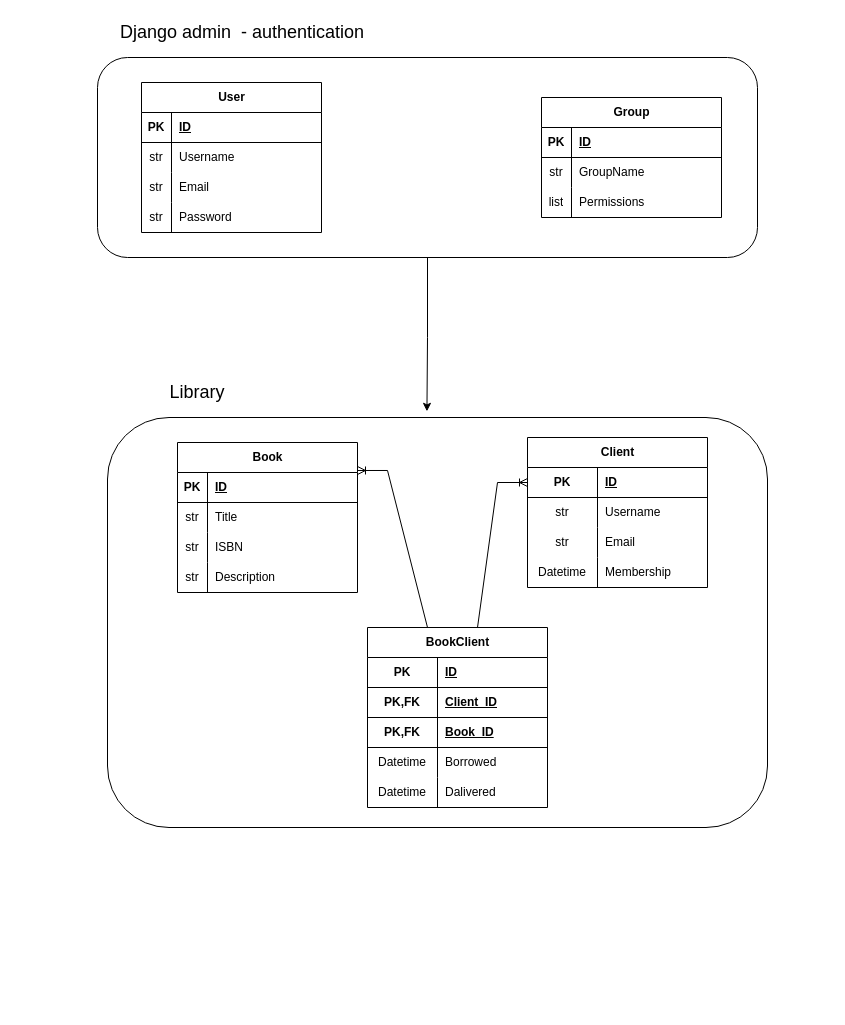
Before: design/Diagrama sin título.drawio in brandoncode01/library_admin_panel, a draw.io diagram. Source tidied: cells renumbered, new cells numbered last; positions are measured from the earlier drawing's top-left corner, leaving out a move shared by most shapes. Both pictures are drawn from the tidied source at 100%, with x=0, y=0 at pixel (97, 17).
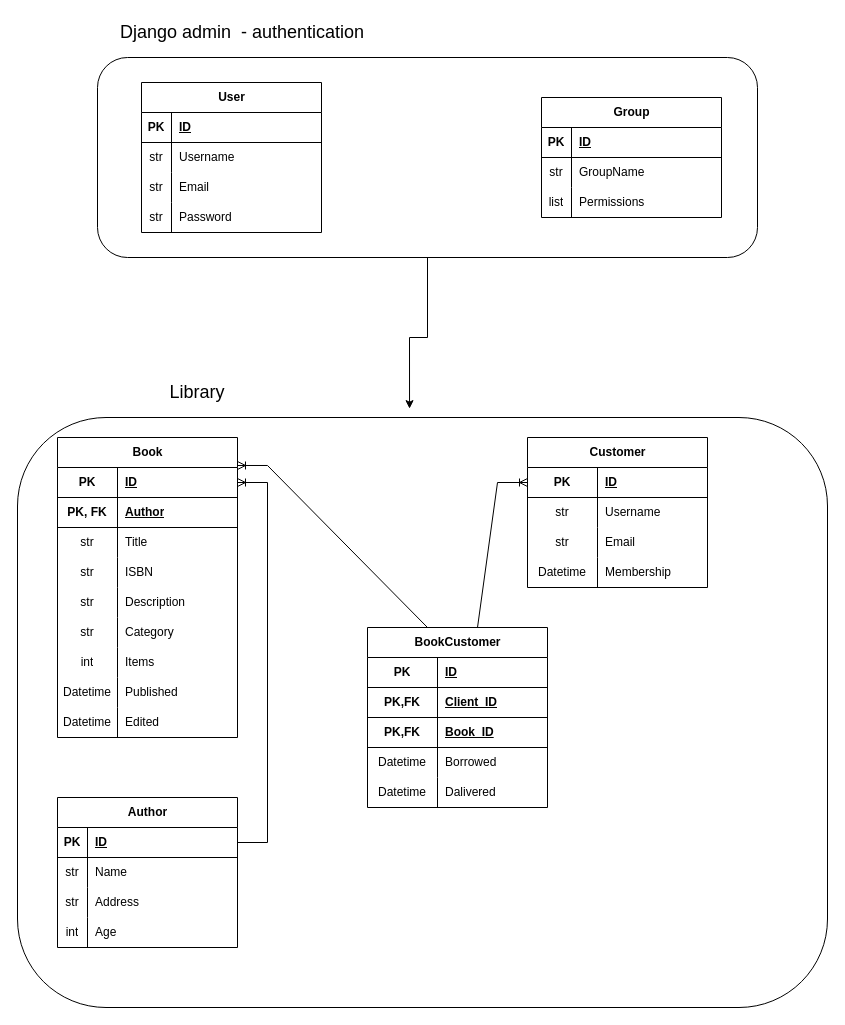
Above is the later version.

Commit message (it also covers changes not shown here):
* Added models, migrations and validations. * Modified diagram UML * Added libray app to project

Unchanged cells that the change refers to:
```xml
<mxCell id="28" style="shape=tableRow;horizontal=0;startSize=0;swimlaneHead=0;swimlaneBody=0;fillColor=none;points=[[0,0.5],[1,0.5]];portConstraint=eastwest;top=0;left=0;right=0;bottom=1;" parent="27" vertex="1">
  <mxGeometry y="30" width="180" height="30" as="geometry" />
</mxCell>
```

Diff of the diagram source:
```diff
@@
     <mxCell id="26" style="rounded=1;whiteSpace=wrap;html=1;fillColor=none;" parent="1" vertex="1">
-      <mxGeometry x="10" y="400" width="660" height="410" as="geometry" />
+      <mxGeometry x="-80" y="400" width="810" height="590" as="geometry" />
     </mxCell>
     <mxCell id="27" value="Book" style="shape=table;startSize=30;childLayout=tableLayout;rowLines=0;fontStyle=1;align=center;html=1;" parent="1" vertex="1">
-      <mxGeometry x="80" y="425" width="180" height="150" as="geometry" />
+      <mxGeometry x="-40" y="420" width="180" height="300" as="geometry" />
     </mxCell>
@@
     <mxCell id="29" value="PK" style="shape=partialRectangle;fillColor=none;top=0;left=0;bottom=0;right=0;fontStyle=1;overflow=hidden;whiteSpace=wrap;html=1;" parent="28" vertex="1">
-      <mxGeometry width="30" height="30" as="geometry" />
+      <mxGeometry width="60" height="30" as="geometry" />
     </mxCell>
     <mxCell id="30" value="ID" style="shape=partialRectangle;fillColor=none;top=0;left=0;bottom=0;right=0;align=left;spacingLeft=6;fontStyle=5;overflow=hidden;whiteSpace=wrap;html=1;" parent="28" vertex="1">
-      <mxGeometry x="30" width="150" height="30" as="geometry" />
+      <mxGeometry x="60" width="120" height="30" as="geometry" />
     </mxCell>
+    <mxCell id="75" style="shape=tableRow;horizontal=0;startSize=0;swimlaneHead=0;swimlaneBody=0;fillColor=none;top=0;left=0;right=0;bottom=1;" parent="27" vertex="1">
+      <mxGeometry y="60" width="180" height="30" as="geometry" />
+    </mxCell>
+    <mxCell id="76" value="PK, FK" style="shape=partialRectangle;fillColor=none;top=0;left=0;bottom=0;right=0;fontStyle=1;overflow=hidden;whiteSpace=wrap;html=1;" parent="75" vertex="1">
+      <mxGeometry width="60" height="30" as="geometry" />
+    </mxCell>
+    <mxCell id="77" value="Author" style="shape=partialRectangle;fillColor=none;top=0;left=0;bottom=0;right=0;align=left;spacingLeft=6;fontStyle=5;overflow=hidden;whiteSpace=wrap;html=1;" parent="75" vertex="1">
+      <mxGeometry x="60" width="120" height="30" as="geometry" />
+    </mxCell>
     <mxCell id="31" style="shape=tableRow;horizontal=0;startSize=0;swimlaneHead=0;swimlaneBody=0;fillColor=none;top=0;left=0;right=0;bottom=0;" parent="27" vertex="1">
-      <mxGeometry y="60" width="180" height="30" as="geometry" />
+      <mxGeometry y="90" width="180" height="30" as="geometry" />
     </mxCell>
     <mxCell id="32" value="str" style="shape=partialRectangle;fillColor=none;top=0;left=0;bottom=0;right=0;overflow=hidden;whiteSpace=wrap;html=1;" parent="31" vertex="1">
-      <mxGeometry width="30" height="30" as="geometry" />
+      <mxGeometry width="60" height="30" as="geometry" />
     </mxCell>
     <mxCell id="33" value="Title" style="shape=partialRectangle;fillColor=none;top=0;left=0;bottom=0;right=0;align=left;spacingLeft=6;overflow=hidden;whiteSpace=wrap;html=1;" parent="31" vertex="1">
-      <mxGeometry x="30" width="150" height="30" as="geometry" />
+      <mxGeometry x="60" width="120" height="30" as="geometry" />
     </mxCell>
     <mxCell id="34" style="shape=tableRow;horizontal=0;startSize=0;swimlaneHead=0;swimlaneBody=0;fillColor=none;top=0;left=0;right=0;bottom=0;" parent="27" vertex="1">
-      <mxGeometry y="90" width="180" height="30" as="geometry" />
+      <mxGeometry y="120" width="180" height="30" as="geometry" />
     </mxCell>
     <mxCell id="35" value="str" style="shape=partialRectangle;fillColor=none;top=0;left=0;bottom=0;right=0;overflow=hidden;whiteSpace=wrap;html=1;" parent="34" vertex="1">
-      <mxGeometry width="30" height="30" as="geometry" />
+      <mxGeometry width="60" height="30" as="geometry" />
     </mxCell>
     <mxCell id="36" value="ISBN" style="shape=partialRectangle;fillColor=none;top=0;left=0;bottom=0;right=0;align=left;spacingLeft=6;overflow=hidden;whiteSpace=wrap;html=1;" parent="34" vertex="1">
-      <mxGeometry x="30" width="150" height="30" as="geometry" />
+      <mxGeometry x="60" width="120" height="30" as="geometry" />
     </mxCell>
     <mxCell id="37" style="shape=tableRow;horizontal=0;startSize=0;swimlaneHead=0;swimlaneBody=0;fillColor=none;top=0;left=0;right=0;bottom=0;" parent="27" vertex="1">
-      <mxGeometry y="120" width="180" height="30" as="geometry" />
+      <mxGeometry y="150" width="180" height="30" as="geometry" />
     </mxCell>
     <mxCell id="38" value="str" style="shape=partialRectangle;fillColor=none;top=0;left=0;bottom=0;right=0;overflow=hidden;whiteSpace=wrap;html=1;" parent="37" vertex="1">
-      <mxGeometry width="30" height="30" as="geometry" />
+      <mxGeometry width="60" height="30" as="geometry" />
     </mxCell>
     <mxCell id="39" value="Description" style="shape=partialRectangle;fillColor=none;top=0;left=0;bottom=0;right=0;align=left;spacingLeft=6;overflow=hidden;whiteSpace=wrap;html=1;" parent="37" vertex="1">
-      <mxGeometry x="30" width="150" height="30" as="geometry" />
+      <mxGeometry x="60" width="120" height="30" as="geometry" />
     </mxCell>
+    <mxCell id="78" style="shape=tableRow;horizontal=0;startSize=0;swimlaneHead=0;swimlaneBody=0;fillColor=none;top=0;left=0;right=0;bottom=0;" parent="27" vertex="1">
+      <mxGeometry y="180" width="180" height="30" as="geometry" />
+    </mxCell>
+    <mxCell id="79" value="str" style="shape=partialRectangle;fillColor=none;top=0;left=0;bottom=0;right=0;overflow=hidden;whiteSpace=wrap;html=1;" parent="78" vertex="1">
+      <mxGeometry width="60" height="30" as="geometry" />
+    </mxCell>
+    <mxCell id="80" value="Category" style="shape=partialRectangle;fillColor=none;top=0;left=0;bottom=0;right=0;align=left;spacingLeft=6;overflow=hidden;whiteSpace=wrap;html=1;" parent="78" vertex="1">
+      <mxGeometry x="60" width="120" height="30" as="geometry" />
+    </mxCell>
+    <mxCell id="81" style="shape=tableRow;horizontal=0;startSize=0;swimlaneHead=0;swimlaneBody=0;fillColor=none;top=0;left=0;right=0;bottom=0;" parent="27" vertex="1">
+      <mxGeometry y="210" width="180" height="30" as="geometry" />
+    </mxCell>
+    <mxCell id="82" value="int" style="shape=partialRectangle;fillColor=none;top=0;left=0;bottom=0;right=0;overflow=hidden;whiteSpace=wrap;html=1;" parent="81" vertex="1">
+      <mxGeometry width="60" height="30" as="geometry" />
+    </mxCell>
+    <mxCell id="83" value="Items" style="shape=partialRectangle;fillColor=none;top=0;left=0;bottom=0;right=0;align=left;spacingLeft=6;overflow=hidden;whiteSpace=wrap;html=1;" parent="81" vertex="1">
+      <mxGeometry x="60" width="120" height="30" as="geometry" />
+    </mxCell>
+    <mxCell id="84" style="shape=tableRow;horizontal=0;startSize=0;swimlaneHead=0;swimlaneBody=0;fillColor=none;top=0;left=0;right=0;bottom=0;" parent="27" vertex="1">
+      <mxGeometry y="240" width="180" height="30" as="geometry" />
+    </mxCell>
+    <mxCell id="85" value="Datetime" style="shape=partialRectangle;fillColor=none;top=0;left=0;bottom=0;right=0;overflow=hidden;whiteSpace=wrap;html=1;" parent="84" vertex="1">
+      <mxGeometry width="60" height="30" as="geometry" />
+    </mxCell>
+    <mxCell id="86" value="Published" style="shape=partialRectangle;fillColor=none;top=0;left=0;bottom=0;right=0;align=left;spacingLeft=6;overflow=hidden;whiteSpace=wrap;html=1;" parent="84" vertex="1">
+      <mxGeometry x="60" width="120" height="30" as="geometry" />
+    </mxCell>
+    <mxCell id="87" style="shape=tableRow;horizontal=0;startSize=0;swimlaneHead=0;swimlaneBody=0;fillColor=none;top=0;left=0;right=0;bottom=0;" parent="27" vertex="1">
+      <mxGeometry y="270" width="180" height="30" as="geometry" />
+    </mxCell>
+    <mxCell id="88" value="Datetime" style="shape=partialRectangle;fillColor=none;top=0;left=0;bottom=0;right=0;overflow=hidden;whiteSpace=wrap;html=1;" parent="87" vertex="1">
+      <mxGeometry width="60" height="30" as="geometry" />
+    </mxCell>
+    <mxCell id="89" value="Edited" style="shape=partialRectangle;fillColor=none;top=0;left=0;bottom=0;right=0;align=left;spacingLeft=6;overflow=hidden;whiteSpace=wrap;html=1;" parent="87" vertex="1">
+      <mxGeometry x="60" width="120" height="30" as="geometry" />
+    </mxCell>
@@
-    <mxCell id="41" value="Client" style="shape=table;startSize=30;childLayout=tableLayout;rowLines=0;fontStyle=1;align=center;html=1;" parent="1" vertex="1">
+    <mxCell id="41" value="Customer" style="shape=table;startSize=30;childLayout=tableLayout;rowLines=0;fontStyle=1;align=center;html=1;" parent="1" vertex="1">
       <mxGeometry x="430" y="420" width="180" height="150" as="geometry" />
     </mxCell>
@@
-    <mxCell id="54" value="BookClient" style="shape=table;startSize=30;childLayout=tableLayout;rowLines=0;fontStyle=1;align=center;html=1;" parent="1" vertex="1">
+    <mxCell id="54" value="BookCustomer" style="shape=table;startSize=30;childLayout=tableLayout;rowLines=0;fontStyle=1;align=center;html=1;" parent="1" vertex="1">
       <mxGeometry x="270" y="610" width="180" height="180" as="geometry" />
     </mxCell>
@@
+    <mxCell id="90" value="Author" style="shape=table;startSize=30;childLayout=tableLayout;rowLines=0;fontStyle=1;align=center;html=1;" parent="1" vertex="1">
+      <mxGeometry x="-40" y="780" width="180" height="150" as="geometry" />
+    </mxCell>
+    <mxCell id="91" style="shape=tableRow;horizontal=0;startSize=0;swimlaneHead=0;swimlaneBody=0;fillColor=none;points=[[0,0.5],[1,0.5]];portConstraint=eastwest;top=0;left=0;right=0;bottom=1;" parent="90" vertex="1">
+      <mxGeometry y="30" width="180" height="30" as="geometry" />
+    </mxCell>
+    <mxCell id="92" value="PK" style="shape=partialRectangle;fillColor=none;top=0;left=0;bottom=0;right=0;fontStyle=1;overflow=hidden;whiteSpace=wrap;html=1;" parent="91" vertex="1">
+      <mxGeometry width="30" height="30" as="geometry" />
+    </mxCell>
+    <mxCell id="93" value="ID" style="shape=partialRectangle;fillColor=none;top=0;left=0;bottom=0;right=0;align=left;spacingLeft=6;fontStyle=5;overflow=hidden;whiteSpace=wrap;html=1;" parent="91" vertex="1">
+      <mxGeometry x="30" width="150" height="30" as="geometry" />
+    </mxCell>
+    <mxCell id="94" style="shape=tableRow;horizontal=0;startSize=0;swimlaneHead=0;swimlaneBody=0;fillColor=none;top=0;left=0;right=0;bottom=0;" parent="90" vertex="1">
+      <mxGeometry y="60" width="180" height="30" as="geometry" />
+    </mxCell>
+    <mxCell id="95" value="str" style="shape=partialRectangle;fillColor=none;top=0;left=0;bottom=0;right=0;overflow=hidden;whiteSpace=wrap;html=1;" parent="94" vertex="1">
+      <mxGeometry width="30" height="30" as="geometry" />
+    </mxCell>
+    <mxCell id="96" value="Name" style="shape=partialRectangle;fillColor=none;top=0;left=0;bottom=0;right=0;align=left;spacingLeft=6;overflow=hidden;whiteSpace=wrap;html=1;" parent="94" vertex="1">
+      <mxGeometry x="30" width="150" height="30" as="geometry" />
+    </mxCell>
+    <mxCell id="97" style="shape=tableRow;horizontal=0;startSize=0;swimlaneHead=0;swimlaneBody=0;fillColor=none;top=0;left=0;right=0;bottom=0;" parent="90" vertex="1">
+      <mxGeometry y="90" width="180" height="30" as="geometry" />
+    </mxCell>
+    <mxCell id="98" value="str" style="shape=partialRectangle;fillColor=none;top=0;left=0;bottom=0;right=0;overflow=hidden;whiteSpace=wrap;html=1;" parent="97" vertex="1">
+      <mxGeometry width="30" height="30" as="geometry" />
+    </mxCell>
+    <mxCell id="99" value="Address" style="shape=partialRectangle;fillColor=none;top=0;left=0;bottom=0;right=0;align=left;spacingLeft=6;overflow=hidden;whiteSpace=wrap;html=1;" parent="97" vertex="1">
+      <mxGeometry x="30" width="150" height="30" as="geometry" />
+    </mxCell>
+    <mxCell id="100" style="shape=tableRow;horizontal=0;startSize=0;swimlaneHead=0;swimlaneBody=0;fillColor=none;top=0;left=0;right=0;bottom=0;" parent="90" vertex="1">
+      <mxGeometry y="120" width="180" height="30" as="geometry" />
+    </mxCell>
+    <mxCell id="101" value="int" style="shape=partialRectangle;fillColor=none;top=0;left=0;bottom=0;right=0;overflow=hidden;whiteSpace=wrap;html=1;" parent="100" vertex="1">
+      <mxGeometry width="30" height="30" as="geometry" />
+    </mxCell>
+    <mxCell id="102" value="Age" style="shape=partialRectangle;fillColor=none;top=0;left=0;bottom=0;right=0;align=left;spacingLeft=6;overflow=hidden;whiteSpace=wrap;html=1;" parent="100" vertex="1">
+      <mxGeometry x="30" width="150" height="30" as="geometry" />
+    </mxCell>
+    <mxCell id="103" style="edgeStyle=entityRelationEdgeStyle;fontSize=12;html=1;endArrow=ERoneToMany;rounded=0;exitX=1;exitY=0.5;exitDx=0;exitDy=0;" parent="1" edge="1" source="91" target="28">
+      <mxGeometry relative="1" as="geometry" />
+    </mxCell>
```
